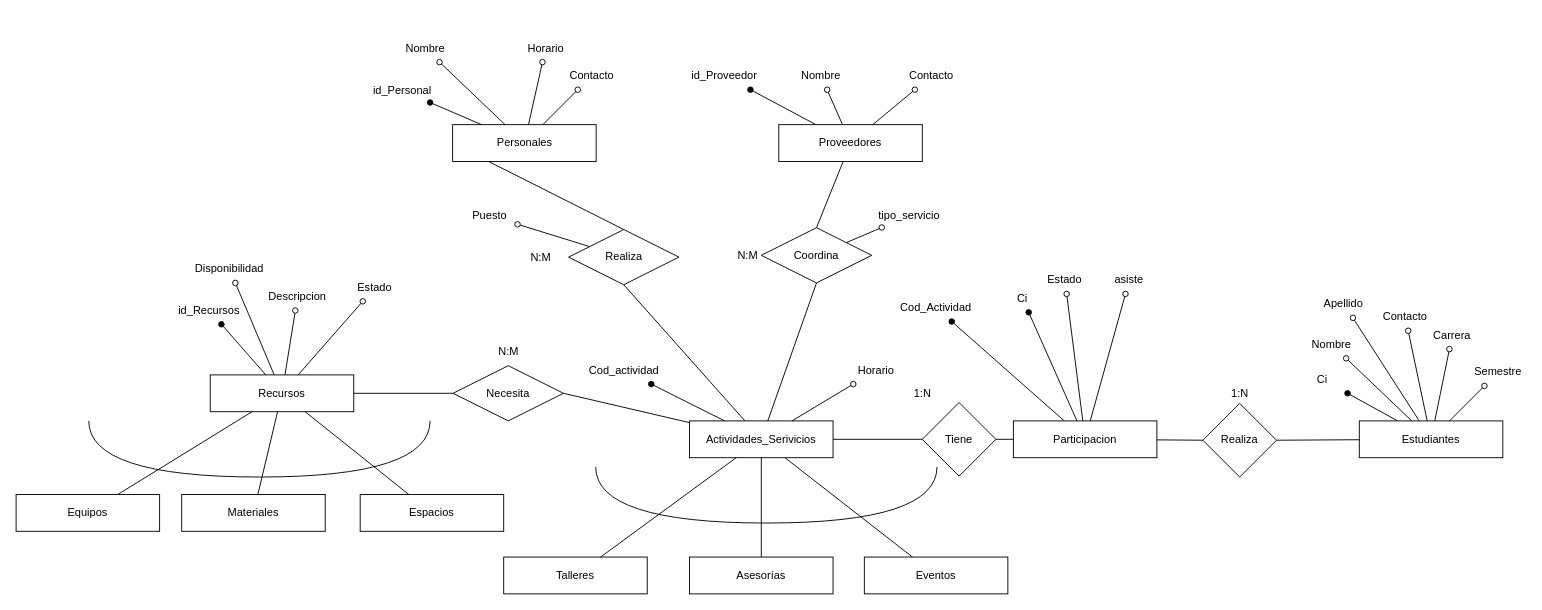
Above: Bienestar_social_UMSA.drawio in tomyivan/diagramas-DB (draw.io), before the change. Source tidied: cells renumbered, new cells numbered last; positions are measured from the earlier drawing's top-left corner, leaving out a move shared by most shapes. Both pictures are drawn from the tidied source at 92%, with x=0, y=0 at pixel (16, 34).
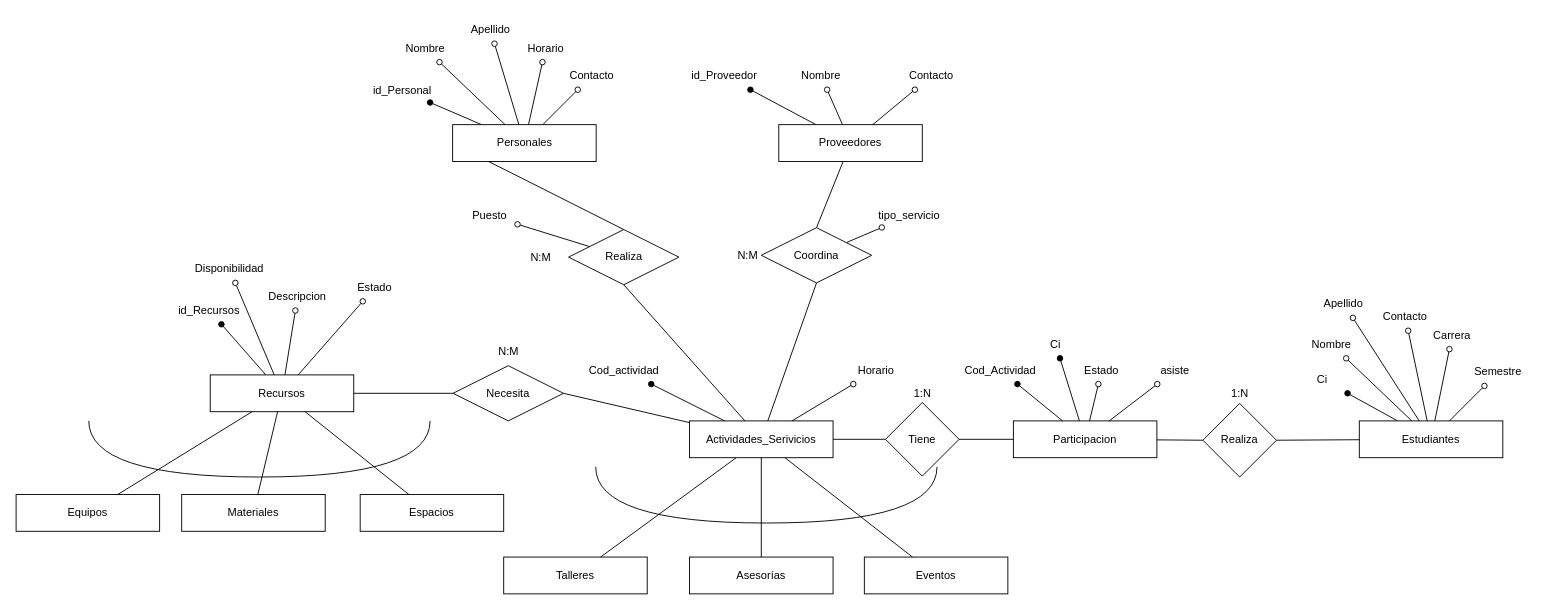
The same page after the edit.

Unchanged cells that the change refers to:
```xml
<mxCell id="42" value="Personales" style="whiteSpace=wrap;html=1;align=center;" parent="1" vertex="1">
  <mxGeometry x="474.5" y="98" width="156" height="40" as="geometry" />
</mxCell>
```

Diff of the diagram source:
```diff
@@
     <mxCell id="69" value="Cod_Actividad" style="text;html=1;strokeColor=none;fillColor=none;align=center;verticalAlign=middle;whiteSpace=wrap;rounded=0;" parent="1" vertex="1">
-      <mxGeometry x="970" y="282" width="60" height="30" as="geometry" />
+      <mxGeometry x="1040" y="350" width="60" height="30" as="geometry" />
     </mxCell>
     <mxCell id="70" value="Ci" style="text;html=1;strokeColor=none;fillColor=none;align=center;verticalAlign=middle;whiteSpace=wrap;rounded=0;" parent="1" vertex="1">
-      <mxGeometry x="1064" y="272" width="60" height="30" as="geometry" />
+      <mxGeometry x="1100" y="322" width="60" height="30" as="geometry" />
     </mxCell>
@@
     <mxCell id="74" value="Tiene" style="rhombus;whiteSpace=wrap;html=1;" parent="1" vertex="1">
-      <mxGeometry x="985" y="400" width="80" height="80" as="geometry" />
+      <mxGeometry x="945" y="400" width="80" height="80" as="geometry" />
     </mxCell>
@@
     <mxCell id="77" value="Estado" style="text;html=1;strokeColor=none;fillColor=none;align=center;verticalAlign=middle;whiteSpace=wrap;rounded=0;" parent="1" vertex="1">
-      <mxGeometry x="1110" y="252" width="60" height="30" as="geometry" />
+      <mxGeometry x="1150" y="350" width="60" height="30" as="geometry" />
     </mxCell>
@@
     <mxCell id="90" value="asiste" style="text;html=1;strokeColor=none;fillColor=none;align=center;verticalAlign=middle;whiteSpace=wrap;rounded=0;" parent="1" vertex="1">
-      <mxGeometry x="1180" y="252" width="60" height="30" as="geometry" />
+      <mxGeometry x="1230" y="350" width="60" height="30" as="geometry" />
     </mxCell>
@@
+    <mxCell id="92" style="rounded=0;jettySize=auto;html=1;endArrow=oval;endFill=0;" parent="1" edge="1" source="42" target="93">
+      <mxGeometry relative="1" as="geometry" />
+    </mxCell>
+    <mxCell id="93" value="Apellido" style="text;html=1;strokeColor=none;fillColor=none;align=center;verticalAlign=middle;whiteSpace=wrap;rounded=0;" parent="1" vertex="1">
+      <mxGeometry x="485.5" y="-20" width="60" height="30" as="geometry" />
+    </mxCell>
```
